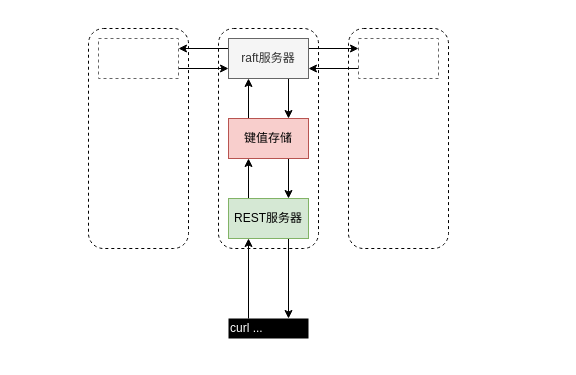
Before: content/posts/code-reading/etcdraft-made-sample/1-raftexample/assets/raftexample.drawio in MrCroxx/blog, a draw.io diagram. Source tidied: cells renumbered, new cells numbered last; positions are measured from the earlier drawing's top-left corner, leaving out a move shared by most shapes. Both pictures are drawn from the tidied source at 100%, with x=0, y=0 at pixel (88, 28).
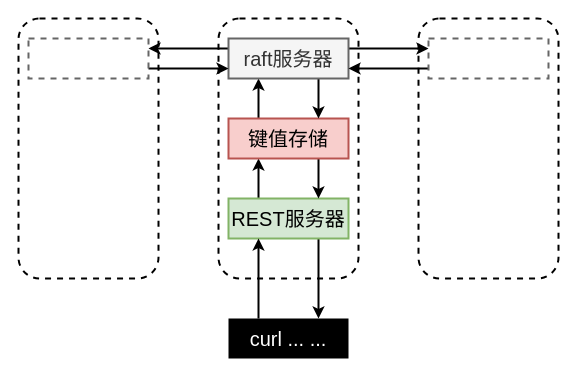
After the change.

Change to the diagram source:
```diff
@@
-<mxGraphModel>
+<mxGraphModel background="#FFFFFF">
@@
-    <mxCell id="2" style="rounded=1;whiteSpace=wrap;html=1;fillColor=none;dashed=1;" parent="1" vertex="1">
-      <mxGeometry x="130" width="100" height="220" as="geometry" />
+    <mxCell id="2" style="rounded=1;whiteSpace=wrap;html=1;fillColor=none;dashed=1;strokeWidth=2;fontSize=20;" parent="1" vertex="1">
+      <mxGeometry x="130" y="-10" width="140" height="260" as="geometry" />
     </mxCell>
-    <mxCell id="3" style="rounded=1;whiteSpace=wrap;html=1;fillColor=none;dashed=1;" parent="1" vertex="1">
-      <mxGeometry x="260" width="100" height="220" as="geometry" />
+    <mxCell id="3" style="rounded=1;whiteSpace=wrap;html=1;fillColor=none;dashed=1;strokeWidth=2;fontSize=20;" parent="1" vertex="1">
+      <mxGeometry x="330" y="-10" width="140" height="260" as="geometry" />
     </mxCell>
-    <mxCell id="4" style="rounded=1;whiteSpace=wrap;html=1;fillColor=none;dashed=1;" parent="1" vertex="1">
-      <mxGeometry width="100" height="220" as="geometry" />
+    <mxCell id="4" style="rounded=1;whiteSpace=wrap;html=1;fillColor=none;dashed=1;strokeWidth=2;fontSize=20;" parent="1" vertex="1">
+      <mxGeometry x="-70" y="-10" width="140" height="260" as="geometry" />
     </mxCell>
-    <mxCell id="5" style="edgeStyle=orthogonalEdgeStyle;rounded=0;jettySize=auto;html=1;exitX=0.25;exitY=0;exitDx=0;exitDy=0;entryX=0.25;entryY=1;entryDx=0;entryDy=0;endArrow=classic;endFill=1;" parent="1" edge="1" source="7" target="10">
+    <mxCell id="5" style="edgeStyle=orthogonalEdgeStyle;rounded=0;jettySize=auto;html=1;exitX=0.25;exitY=0;exitDx=0;exitDy=0;entryX=0.25;entryY=1;entryDx=0;entryDy=0;endArrow=classic;endFill=1;strokeWidth=2;fontSize=20;" parent="1" edge="1" source="7" target="10">
       <mxGeometry relative="1" as="geometry" />
     </mxCell>
-    <mxCell id="6" style="edgeStyle=orthogonalEdgeStyle;rounded=0;jettySize=auto;html=1;exitX=0.75;exitY=1;exitDx=0;exitDy=0;entryX=0.75;entryY=0;entryDx=0;entryDy=0;startArrow=none;startFill=0;endArrow=classic;endFill=1;" parent="1" edge="1" source="7" target="20">
+    <mxCell id="6" style="edgeStyle=orthogonalEdgeStyle;rounded=0;jettySize=auto;html=1;exitX=0.75;exitY=1;exitDx=0;exitDy=0;entryX=0.75;entryY=0;entryDx=0;entryDy=0;startArrow=none;startFill=0;endArrow=classic;endFill=1;strokeWidth=2;fontSize=20;" parent="1" edge="1" source="7" target="20">
       <mxGeometry relative="1" as="geometry" />
     </mxCell>
-    <mxCell id="7" value="REST服务器" style="rounded=0;whiteSpace=wrap;html=1;fillColor=#d5e8d4;strokeColor=#82b366;" parent="1" vertex="1">
-      <mxGeometry x="140" y="170" width="80" height="40" as="geometry" />
+    <mxCell id="7" value="REST服务器" style="rounded=0;whiteSpace=wrap;html=1;fillColor=#d5e8d4;strokeColor=#82b366;strokeWidth=2;fontSize=20;" parent="1" vertex="1">
+      <mxGeometry x="140" y="170" width="120" height="40" as="geometry" />
     </mxCell>
-    <mxCell id="8" style="edgeStyle=orthogonalEdgeStyle;rounded=0;jettySize=auto;html=1;exitX=0.25;exitY=0;exitDx=0;exitDy=0;entryX=0.25;entryY=1;entryDx=0;entryDy=0;" parent="1" edge="1" source="10" target="14">
+    <mxCell id="8" style="edgeStyle=orthogonalEdgeStyle;rounded=0;jettySize=auto;html=1;exitX=0.25;exitY=0;exitDx=0;exitDy=0;entryX=0.25;entryY=1;entryDx=0;entryDy=0;strokeWidth=2;fontSize=20;" parent="1" edge="1" source="10" target="14">
       <mxGeometry relative="1" as="geometry" />
     </mxCell>
-    <mxCell id="9" style="edgeStyle=orthogonalEdgeStyle;rounded=0;jettySize=auto;html=1;exitX=0.75;exitY=1;exitDx=0;exitDy=0;entryX=0.75;entryY=0;entryDx=0;entryDy=0;endArrow=classic;endFill=1;" parent="1" edge="1" source="10" target="7">
+    <mxCell id="9" style="edgeStyle=orthogonalEdgeStyle;rounded=0;jettySize=auto;html=1;exitX=0.75;exitY=1;exitDx=0;exitDy=0;entryX=0.75;entryY=0;entryDx=0;entryDy=0;endArrow=classic;endFill=1;strokeWidth=2;fontSize=20;" parent="1" edge="1" source="10" target="7">
       <mxGeometry relative="1" as="geometry" />
     </mxCell>
-    <mxCell id="10" value="键值存储" style="rounded=0;whiteSpace=wrap;html=1;fillColor=#f8cecc;strokeColor=#b85450;" parent="1" vertex="1">
-      <mxGeometry x="140" y="90" width="80" height="40" as="geometry" />
+    <mxCell id="10" value="键值存储" style="rounded=0;whiteSpace=wrap;html=1;fillColor=#f8cecc;strokeColor=#b85450;strokeWidth=2;fontSize=20;" parent="1" vertex="1">
+      <mxGeometry x="140" y="90" width="120" height="40" as="geometry" />
     </mxCell>
-    <mxCell id="11" style="edgeStyle=orthogonalEdgeStyle;rounded=0;jettySize=auto;html=1;exitX=0.75;exitY=1;exitDx=0;exitDy=0;entryX=0.75;entryY=0;entryDx=0;entryDy=0;" parent="1" edge="1" source="14" target="10">
+    <mxCell id="11" style="edgeStyle=orthogonalEdgeStyle;rounded=0;jettySize=auto;html=1;exitX=0.75;exitY=1;exitDx=0;exitDy=0;entryX=0.75;entryY=0;entryDx=0;entryDy=0;strokeWidth=2;fontSize=20;" parent="1" edge="1" source="14" target="10">
       <mxGeometry relative="1" as="geometry" />
     </mxCell>
-    <mxCell id="12" style="edgeStyle=orthogonalEdgeStyle;rounded=0;jettySize=auto;html=1;exitX=0;exitY=0.25;exitDx=0;exitDy=0;entryX=1;entryY=0.25;entryDx=0;entryDy=0;startArrow=none;startFill=0;endArrow=classic;endFill=1;" parent="1" edge="1" source="14" target="16">
+    <mxCell id="12" style="edgeStyle=orthogonalEdgeStyle;rounded=0;jettySize=auto;html=1;exitX=0;exitY=0.25;exitDx=0;exitDy=0;entryX=1;entryY=0.25;entryDx=0;entryDy=0;startArrow=none;startFill=0;endArrow=classic;endFill=1;strokeWidth=2;fontSize=20;" parent="1" edge="1" source="14" target="16">
       <mxGeometry relative="1" as="geometry" />
     </mxCell>
-    <mxCell id="13" style="edgeStyle=orthogonalEdgeStyle;rounded=0;jettySize=auto;html=1;exitX=1;exitY=0.25;exitDx=0;exitDy=0;entryX=0;entryY=0.25;entryDx=0;entryDy=0;startArrow=none;startFill=0;endArrow=classic;endFill=1;" parent="1" edge="1" source="14" target="18">
+    <mxCell id="13" style="edgeStyle=orthogonalEdgeStyle;rounded=0;jettySize=auto;html=1;exitX=1;exitY=0.25;exitDx=0;exitDy=0;entryX=0;entryY=0.25;entryDx=0;entryDy=0;startArrow=none;startFill=0;endArrow=classic;endFill=1;strokeWidth=2;fontSize=20;" parent="1" edge="1" source="14" target="18">
       <mxGeometry relative="1" as="geometry" />
     </mxCell>
-    <mxCell id="14" value="raft服务器" style="rounded=0;whiteSpace=wrap;html=1;fillColor=#f5f5f5;strokeColor=#666666;fontColor=#333333;" parent="1" vertex="1">
-      <mxGeometry x="140" y="10" width="80" height="40" as="geometry" />
+    <mxCell id="14" value="raft服务器" style="rounded=0;whiteSpace=wrap;html=1;fillColor=#f5f5f5;strokeColor=#666666;fontColor=#333333;strokeWidth=2;fontSize=20;" parent="1" vertex="1">
+      <mxGeometry x="140" y="10" width="120" height="40" as="geometry" />
     </mxCell>
-    <mxCell id="15" style="edgeStyle=orthogonalEdgeStyle;rounded=0;jettySize=auto;html=1;exitX=1;exitY=0.75;exitDx=0;exitDy=0;entryX=0;entryY=0.75;entryDx=0;entryDy=0;startArrow=none;startFill=0;endArrow=classic;endFill=1;" parent="1" edge="1" source="16" target="14">
+    <mxCell id="15" style="edgeStyle=orthogonalEdgeStyle;rounded=0;jettySize=auto;html=1;exitX=1;exitY=0.75;exitDx=0;exitDy=0;entryX=0;entryY=0.75;entryDx=0;entryDy=0;startArrow=none;startFill=0;endArrow=classic;endFill=1;strokeWidth=2;fontSize=20;" parent="1" edge="1" source="16" target="14">
       <mxGeometry relative="1" as="geometry" />
     </mxCell>
-    <mxCell id="16" style="rounded=0;whiteSpace=wrap;html=1;strokeColor=#666666;fontColor=#333333;fillColor=none;dashed=1;" parent="1" vertex="1">
-      <mxGeometry x="10" y="10" width="80" height="40" as="geometry" />
+    <mxCell id="16" style="rounded=0;whiteSpace=wrap;html=1;strokeColor=#666666;fontColor=#333333;fillColor=none;dashed=1;strokeWidth=2;fontSize=20;" parent="1" vertex="1">
+      <mxGeometry x="-60" y="10" width="120" height="40" as="geometry" />
     </mxCell>
-    <mxCell id="17" style="edgeStyle=orthogonalEdgeStyle;rounded=0;jettySize=auto;html=1;exitX=0;exitY=0.75;exitDx=0;exitDy=0;entryX=1;entryY=0.75;entryDx=0;entryDy=0;startArrow=none;startFill=0;endArrow=classic;endFill=1;" parent="1" edge="1" source="18" target="14">
+    <mxCell id="17" style="edgeStyle=orthogonalEdgeStyle;rounded=0;jettySize=auto;html=1;exitX=0;exitY=0.75;exitDx=0;exitDy=0;entryX=1;entryY=0.75;entryDx=0;entryDy=0;startArrow=none;startFill=0;endArrow=classic;endFill=1;strokeWidth=2;fontSize=20;" parent="1" edge="1" source="18" target="14">
       <mxGeometry relative="1" as="geometry" />
     </mxCell>
-    <mxCell id="18" style="rounded=0;whiteSpace=wrap;html=1;strokeColor=#666666;fontColor=#333333;fillColor=none;dashed=1;" parent="1" vertex="1">
-      <mxGeometry x="270" y="10" width="80" height="40" as="geometry" />
+    <mxCell id="18" style="rounded=0;whiteSpace=wrap;html=1;strokeColor=#666666;fontColor=#333333;fillColor=none;dashed=1;strokeWidth=2;fontSize=20;" parent="1" vertex="1">
+      <mxGeometry x="340" y="10" width="120" height="40" as="geometry" />
     </mxCell>
-    <mxCell id="19" style="edgeStyle=orthogonalEdgeStyle;rounded=0;jettySize=auto;html=1;exitX=0.25;exitY=0;exitDx=0;exitDy=0;entryX=0.25;entryY=1;entryDx=0;entryDy=0;startArrow=none;startFill=0;endArrow=classic;endFill=1;" parent="1" edge="1" source="20" target="7">
+    <mxCell id="19" style="edgeStyle=orthogonalEdgeStyle;rounded=0;jettySize=auto;html=1;exitX=0.25;exitY=0;exitDx=0;exitDy=0;entryX=0.25;entryY=1;entryDx=0;entryDy=0;startArrow=none;startFill=0;endArrow=classic;endFill=1;strokeWidth=2;fontSize=20;" parent="1" edge="1" source="20" target="7">
       <mxGeometry relative="1" as="geometry" />
     </mxCell>
-    <mxCell id="20" value="&lt;font color=&quot;#ffffff&quot;&gt;curl ...&lt;/font&gt;" style="rounded=0;whiteSpace=wrap;html=1;dashed=1;fillColor=#000000;strokeColor=none;align=left;" parent="1" vertex="1">
-      <mxGeometry x="140" y="290" width="80" height="20" as="geometry" />
+    <mxCell id="20" value="&lt;font color=&quot;#ffffff&quot; style=&quot;font-size: 20px&quot;&gt;curl ... ...&lt;/font&gt;" style="rounded=0;whiteSpace=wrap;html=1;dashed=1;fillColor=#000000;strokeColor=none;align=center;strokeWidth=2;fontSize=20;" parent="1" vertex="1">
+      <mxGeometry x="140" y="290" width="120" height="40" as="geometry" />
     </mxCell>
```
